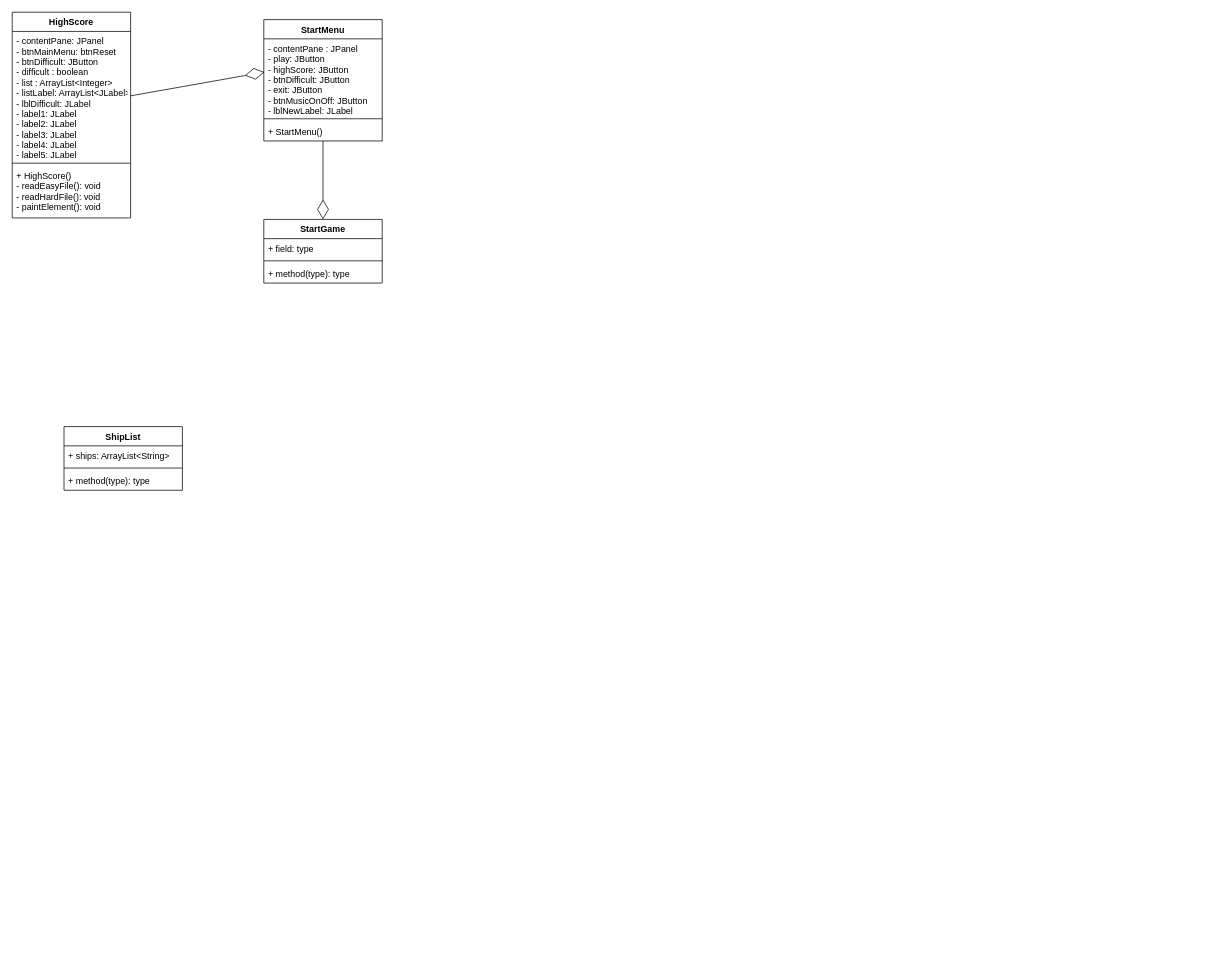
This is Untitled Diagram.drawio from huytruengusi/Battleship-OOP, a draw.io file, before an edit. Source tidied: cells renumbered, new cells numbered last; positions are measured from the earlier drawing's top-left corner, leaving out a move shared by most shapes. Both pictures are drawn from the tidied source at 74%, with x=0, y=0 at pixel (12, 12).
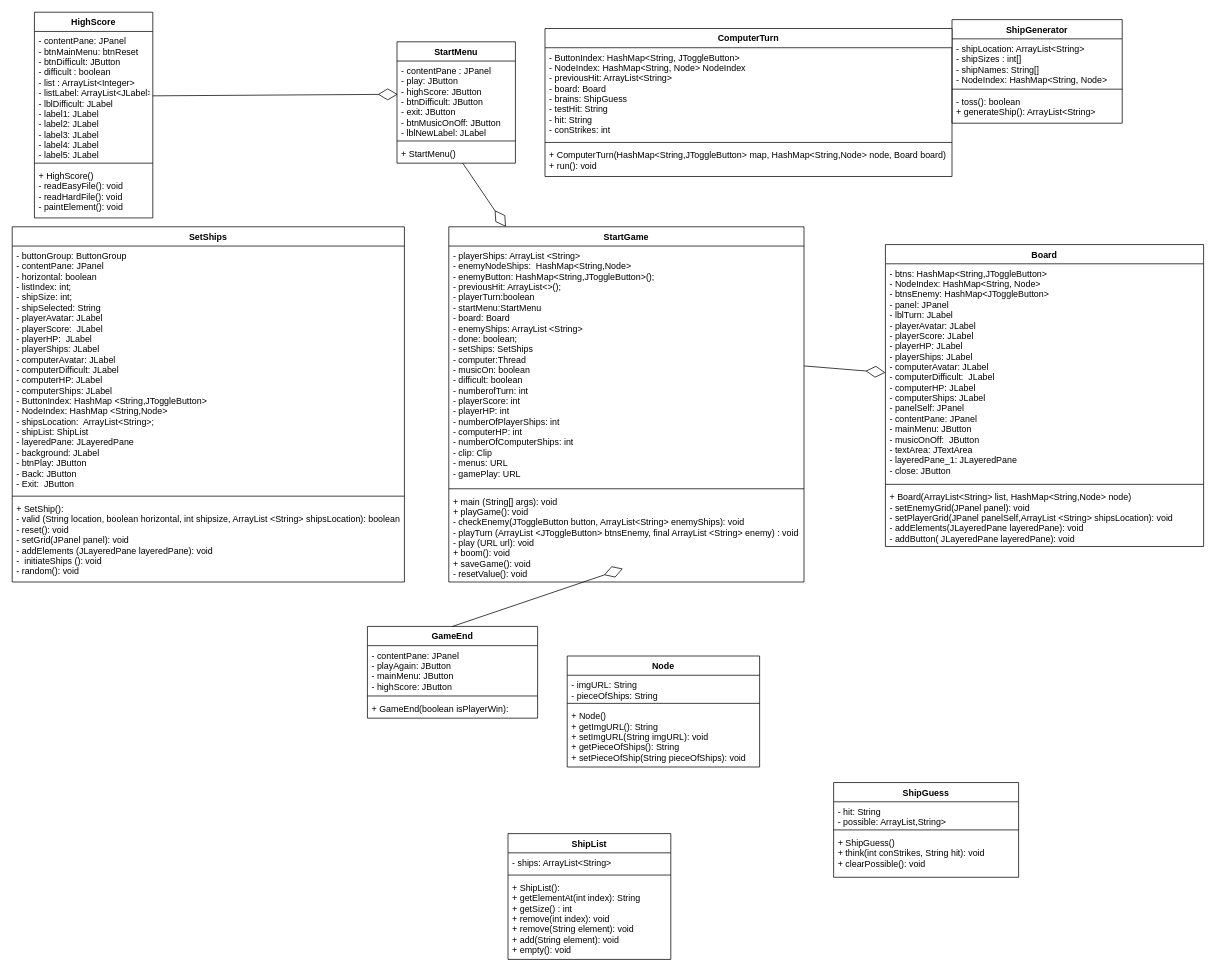
The same page after the edit.

The edit, as a diff of the source:
```diff
@@
     <mxCell id="2" value="StartGame" style="swimlane;fontStyle=1;align=center;verticalAlign=top;horizontal=1;startSize=26;" parent="1" vertex="1">
-      <mxGeometry x="340" y="280" width="160" height="86" as="geometry" />
+      <mxGeometry x="590" y="290" width="480" height="480" as="geometry" />
     </mxCell>
-    <mxCell id="3" value="+ field: type" style="text;strokeColor=none;fillColor=none;align=left;verticalAlign=top;spacingLeft=4;spacingRight=4;overflow=hidden;points=[[0,0.5],[1,0.5]];portConstraint=eastwest;" parent="2" vertex="1">
-      <mxGeometry y="26" width="160" height="26" as="geometry" />
+    <mxCell id="3" value="- playerShips: ArrayList &lt;String&gt;&#10;- enemyNodeShips:  HashMap&lt;String,Node&gt;&#10;- enemyButton: HashMap&lt;String,JToggleButton&gt;();&#10;- previousHit: ArrayList&lt;&gt;();&#10;- playerTurn:boolean&#10;- startMenu:StartMenu&#10;- board: Board&#10;- enemyShips: ArrayList &lt;String&gt;&#10;- done: boolean;&#10;- setShips: SetShips&#10;- computer:Thread&#10;- musicOn: boolean&#10;- difficult: boolean&#10;- numberofTurn: int&#10;- playerScore: int&#10;- playerHP: int&#10;- numberOfPlayerShips: int&#10;- computerHP: int&#10;- numberOfComputerShips: int&#10;- clip: Clip&#10;- menus: URL&#10;- gamePlay: URL" style="text;strokeColor=none;fillColor=none;align=left;verticalAlign=top;spacingLeft=4;spacingRight=4;overflow=hidden;points=[[0,0.5],[1,0.5]];portConstraint=eastwest;" parent="2" vertex="1">
+      <mxGeometry y="26" width="480" height="324" as="geometry" />
     </mxCell>
     <mxCell id="4" style="line;strokeWidth=1;fillColor=none;align=left;verticalAlign=middle;spacingTop=-1;spacingLeft=3;spacingRight=3;labelPosition=right;" parent="2" vertex="1">
-      <mxGeometry y="52" width="160" height="8" as="geometry" />
+      <mxGeometry y="350" width="480" height="8" as="geometry" />
     </mxCell>
-    <mxCell id="5" value="+ method(type): type" style="text;strokeColor=none;fillColor=none;align=left;verticalAlign=top;spacingLeft=4;spacingRight=4;overflow=hidden;points=[[0,0.5],[1,0.5]];portConstraint=eastwest;" parent="2" vertex="1">
-      <mxGeometry y="60" width="160" height="26" as="geometry" />
+    <mxCell id="5" value="+ main (String[] args): void&#10;+ playGame(): void&#10;- checkEnemy(JToggleButton button, ArrayList&lt;String&gt; enemyShips): void&#10;- playTurn (ArrayList &lt;JToggleButton&gt; btnsEnemy, final ArrayList &lt;String&gt; enemy) : void&#10;- play (URL url): void&#10;+ boom(): void&#10;+ saveGame(): void&#10;- resetValue(): void&#10;" style="text;strokeColor=none;fillColor=none;align=left;verticalAlign=top;spacingLeft=4;spacingRight=4;overflow=hidden;points=[[0,0.5],[1,0.5]];portConstraint=eastwest;" parent="2" vertex="1">
+      <mxGeometry y="358" width="480" height="122" as="geometry" />
     </mxCell>
     <mxCell id="6" value="StartMenu" style="swimlane;fontStyle=1;align=center;verticalAlign=top;horizontal=1;startSize=26;" parent="1" vertex="1">
-      <mxGeometry x="340" y="10" width="160" height="164" as="geometry" />
+      <mxGeometry x="520" y="40" width="160" height="164" as="geometry" />
     </mxCell>
@@
     <mxCell id="12" value="HighScore" style="swimlane;fontStyle=1;align=center;verticalAlign=top;horizontal=1;startSize=26;" parent="1" vertex="1">
-      <mxGeometry width="160" height="278" as="geometry" />
+      <mxGeometry x="30" width="160" height="278" as="geometry" />
     </mxCell>
@@
     <mxCell id="16" value="ShipList" style="swimlane;fontStyle=1;align=center;verticalAlign=top;horizontal=1;startSize=26;" parent="1" vertex="1">
-      <mxGeometry x="70" y="560" width="160" height="86" as="geometry" />
+      <mxGeometry x="670" y="1110" width="220" height="170" as="geometry" />
     </mxCell>
-    <mxCell id="17" value="+ ships: ArrayList&lt;String&gt;" style="text;strokeColor=none;fillColor=none;align=left;verticalAlign=top;spacingLeft=4;spacingRight=4;overflow=hidden;" parent="16" vertex="1">
-      <mxGeometry y="26" width="160" height="26" as="geometry" />
+    <mxCell id="17" value="- ships: ArrayList&lt;String&gt;" style="text;strokeColor=none;fillColor=none;align=left;verticalAlign=top;spacingLeft=4;spacingRight=4;overflow=hidden;" parent="16" vertex="1">
+      <mxGeometry y="26" width="220" height="26" as="geometry" />
     </mxCell>
     <mxCell id="18" style="line;strokeWidth=1;fillColor=none;align=left;verticalAlign=middle;spacingTop=-1;spacingLeft=3;spacingRight=3;labelPosition=right;" parent="16" vertex="1">
-      <mxGeometry y="52" width="160" height="8" as="geometry" />
+      <mxGeometry y="52" width="220" height="8" as="geometry" />
     </mxCell>
-    <mxCell id="19" value="+ method(type): type" style="text;strokeColor=none;fillColor=none;align=left;verticalAlign=top;spacingLeft=4;spacingRight=4;overflow=hidden;" parent="16" vertex="1">
-      <mxGeometry y="60" width="160" height="26" as="geometry" />
+    <mxCell id="19" value="+ ShipList():&#10;+ getElementAt(int index): String&#10;+ getSize() : int&#10;+ remove(int index): void&#10;+ remove(String element): void&#10;+ add(String element): void&#10;+ empty(): void" style="text;strokeColor=none;fillColor=none;align=left;verticalAlign=top;spacingLeft=4;spacingRight=4;overflow=hidden;" parent="16" vertex="1">
+      <mxGeometry y="60" width="220" height="110" as="geometry" />
     </mxCell>
+    <mxCell id="20" value="ShipGuess" style="swimlane;fontStyle=1;align=center;verticalAlign=top;horizontal=1;startSize=26;" parent="1" vertex="1">
+      <mxGeometry x="1110" y="1041" width="250" height="128" as="geometry" />
+    </mxCell>
+    <mxCell id="21" value="- hit: String&#10;- possible: ArrayList,String&gt; " style="text;strokeColor=none;fillColor=none;align=left;verticalAlign=top;spacingLeft=4;spacingRight=4;overflow=hidden;" parent="20" vertex="1">
+      <mxGeometry y="26" width="250" height="34" as="geometry" />
+    </mxCell>
+    <mxCell id="22" style="line;strokeWidth=1;fillColor=none;align=left;verticalAlign=middle;spacingTop=-1;spacingLeft=3;spacingRight=3;labelPosition=right;" parent="20" vertex="1">
+      <mxGeometry y="60" width="250" height="8" as="geometry" />
+    </mxCell>
+    <mxCell id="23" value="+ ShipGuess()&#10;+ think(int conStrikes, String hit): void&#10;+ clearPossible(): void" style="text;strokeColor=none;fillColor=none;align=left;verticalAlign=top;spacingLeft=4;spacingRight=4;overflow=hidden;" parent="20" vertex="1">
+      <mxGeometry y="68" width="250" height="60" as="geometry" />
+    </mxCell>
+    <mxCell id="24" value="ShipGenerator" style="swimlane;fontStyle=1;align=center;verticalAlign=top;horizontal=1;startSize=26;" parent="1" vertex="1">
+      <mxGeometry x="1270" y="10" width="230" height="140" as="geometry" />
+    </mxCell>
+    <mxCell id="25" value="- shipLocation: ArrayList&lt;String&gt;&#10;- shipSizes : int[]&#10;- shipNames: String[]&#10;- NodeIndex: HashMap&lt;String, Node&gt;" style="text;strokeColor=none;fillColor=none;align=left;verticalAlign=top;spacingLeft=4;spacingRight=4;overflow=hidden;" parent="24" vertex="1">
+      <mxGeometry y="26" width="230" height="64" as="geometry" />
+    </mxCell>
+    <mxCell id="26" style="line;strokeWidth=1;fillColor=none;align=left;verticalAlign=middle;spacingTop=-1;spacingLeft=3;spacingRight=3;labelPosition=right;" parent="24" vertex="1">
+      <mxGeometry y="90" width="230" height="8" as="geometry" />
+    </mxCell>
+    <mxCell id="27" value="- toss(): boolean&#10;+ generateShip(): ArrayList&lt;String&gt;" style="text;strokeColor=none;fillColor=none;align=left;verticalAlign=top;spacingLeft=4;spacingRight=4;overflow=hidden;" parent="24" vertex="1">
+      <mxGeometry y="98" width="230" height="42" as="geometry" />
+    </mxCell>
+    <mxCell id="28" value="Node" style="swimlane;fontStyle=1;align=center;verticalAlign=top;horizontal=1;startSize=26;" parent="1" vertex="1">
+      <mxGeometry x="750" y="870" width="260" height="150" as="geometry" />
+    </mxCell>
+    <mxCell id="29" value="- imgURL: String&#10;- pieceOfShips: String" style="text;strokeColor=none;fillColor=none;align=left;verticalAlign=top;spacingLeft=4;spacingRight=4;overflow=hidden;" parent="28" vertex="1">
+      <mxGeometry y="26" width="260" height="34" as="geometry" />
+    </mxCell>
+    <mxCell id="30" style="line;strokeWidth=1;fillColor=none;align=left;verticalAlign=middle;spacingTop=-1;spacingLeft=3;spacingRight=3;labelPosition=right;" parent="28" vertex="1">
+      <mxGeometry y="60" width="260" height="8" as="geometry" />
+    </mxCell>
+    <mxCell id="31" value="+ Node()&#10;+ getImgURL(): String&#10;+ setImgURL(String imgURL): void&#10;+ getPieceOfShips(): String&#10;+ setPieceOfShip(String pieceOfShips): void" style="text;strokeColor=none;fillColor=none;align=left;verticalAlign=top;spacingLeft=4;spacingRight=4;overflow=hidden;" parent="28" vertex="1">
+      <mxGeometry y="68" width="260" height="82" as="geometry" />
+    </mxCell>
+    <mxCell id="32" value="GameEnd" style="swimlane;fontStyle=1;align=center;verticalAlign=top;horizontal=1;startSize=26;" parent="1" vertex="1">
+      <mxGeometry x="480" y="830" width="230" height="124" as="geometry" />
+    </mxCell>
+    <mxCell id="33" value="- contentPane: JPanel&#10;- playAgain: JButton&#10;- mainMenu: JButton&#10;- highScore: JButton" style="text;strokeColor=none;fillColor=none;align=left;verticalAlign=top;spacingLeft=4;spacingRight=4;overflow=hidden;" parent="32" vertex="1">
+      <mxGeometry y="26" width="230" height="64" as="geometry" />
+    </mxCell>
+    <mxCell id="34" style="line;strokeWidth=1;fillColor=none;align=left;verticalAlign=middle;spacingTop=-1;spacingLeft=3;spacingRight=3;labelPosition=right;" parent="32" vertex="1">
+      <mxGeometry y="90" width="230" height="8" as="geometry" />
+    </mxCell>
+    <mxCell id="35" value="+ GameEnd(boolean isPlayerWin):&#10;" style="text;strokeColor=none;fillColor=none;align=left;verticalAlign=top;spacingLeft=4;spacingRight=4;overflow=hidden;" parent="32" vertex="1">
+      <mxGeometry y="98" width="230" height="26" as="geometry" />
+    </mxCell>
+    <mxCell id="36" value="ComputerTurn" style="swimlane;fontStyle=1;align=center;verticalAlign=top;horizontal=1;startSize=26;" parent="1" vertex="1">
+      <mxGeometry x="720" y="22" width="550" height="200" as="geometry" />
+    </mxCell>
+    <mxCell id="37" value="- ButtonIndex: HashMap&lt;String, JToggleButton&gt;&#10;- NodeIndex: HashMap&lt;String, Node&gt; NodeIndex&#10;- previousHit: ArrayList&lt;String&gt;&#10;- board: Board&#10;- brains: ShipGuess&#10;- testHit: String&#10;- hit: String&#10;- conStrikes: int" style="text;strokeColor=none;fillColor=none;align=left;verticalAlign=top;spacingLeft=4;spacingRight=4;overflow=hidden;" parent="36" vertex="1">
+      <mxGeometry y="26" width="550" height="124" as="geometry" />
+    </mxCell>
+    <mxCell id="38" style="line;strokeWidth=1;fillColor=none;align=left;verticalAlign=middle;spacingTop=-1;spacingLeft=3;spacingRight=3;labelPosition=right;" parent="36" vertex="1">
+      <mxGeometry y="150" width="550" height="8" as="geometry" />
+    </mxCell>
+    <mxCell id="39" value="+ ComputerTurn(HashMap&lt;String,JToggleButton&gt; map, HashMap&lt;String,Node&gt; node, Board board)&#10;+ run(): void&#10;" style="text;strokeColor=none;fillColor=none;align=left;verticalAlign=top;spacingLeft=4;spacingRight=4;overflow=hidden;" parent="36" vertex="1">
+      <mxGeometry y="158" width="550" height="42" as="geometry" />
+    </mxCell>
+    <mxCell id="40" value="Board" style="swimlane;fontStyle=1;align=center;verticalAlign=top;horizontal=1;startSize=26;" parent="1" vertex="1">
+      <mxGeometry x="1180" y="314" width="430" height="408" as="geometry" />
+    </mxCell>
+    <mxCell id="41" value="- btns: HashMap&lt;String,JToggleButton&gt;&#10;- NodeIndex: HashMap&lt;String, Node&gt;&#10;- btnsEnemy: HashMap&lt;JToggleButton&gt;&#10;- panel: JPanel&#10;- lblTurn: JLabel&#10;- playerAvatar: JLabel&#10;- playerScore: JLabel&#10;- playerHP: JLabel&#10;- playerShips: JLabel&#10;- computerAvatar: JLabel&#10;- computerDifficult:  JLabel&#10;- computerHP: JLabel&#10;- computerShips: JLabel&#10;- panelSelf: JPanel&#10;- contentPane: JPanel&#10;- mainMenu: JButton&#10;- musicOnOff:  JButton&#10;- textArea: JTextArea&#10;- layeredPane_1: JLayeredPane&#10;- close: JButton&#10;" style="text;strokeColor=none;fillColor=none;align=left;verticalAlign=top;spacingLeft=4;spacingRight=4;overflow=hidden;points=[[0,0.5],[1,0.5]];portConstraint=eastwest;" parent="40" vertex="1">
+      <mxGeometry y="26" width="430" height="294" as="geometry" />
+    </mxCell>
+    <mxCell id="42" style="line;strokeWidth=1;fillColor=none;align=left;verticalAlign=middle;spacingTop=-1;spacingLeft=3;spacingRight=3;labelPosition=right;" parent="40" vertex="1">
+      <mxGeometry y="320" width="430" height="8" as="geometry" />
+    </mxCell>
+    <mxCell id="43" value="+ Board(ArrayList&lt;String&gt; list, HashMap&lt;String,Node&gt; node)&#10;- setEnemyGrid(JPanel panel): void&#10;- setPlayerGrid(JPanel panelSelf,ArrayList &lt;String&gt; shipsLocation): void&#10;- addElements(JLayeredPane layeredPane): void&#10;- addButton( JLayeredPane layeredPane): void" style="text;strokeColor=none;fillColor=none;align=left;verticalAlign=top;spacingLeft=4;spacingRight=4;overflow=hidden;" parent="40" vertex="1">
+      <mxGeometry y="328" width="430" height="80" as="geometry" />
+    </mxCell>
+    <mxCell id="44" style="endArrow=diamondThin;endFill=0;endSize=24;html=1;rounded=0;entryX=0;entryY=0.5;entryDx=0;entryDy=0;exitX=1;exitY=0.5;exitDx=0;exitDy=0;" parent="1" edge="1" source="3" target="41">
+      <mxGeometry relative="1" as="geometry" />
+    </mxCell>
+    <mxCell id="45" style="endArrow=diamondThin;endFill=0;endSize=24;html=1;rounded=0;exitX=0.5;exitY=0;exitDx=0;exitDy=0;entryX=0.49;entryY=0.852;entryDx=0;entryDy=0;entryPerimeter=0;" parent="1" edge="1" source="32" target="5">
+      <mxGeometry relative="1" as="geometry" />
+    </mxCell>
+    <mxCell id="46" value="SetShips" style="swimlane;fontStyle=1;align=center;verticalAlign=top;horizontal=1;startSize=26;" parent="1" vertex="1">
+      <mxGeometry y="290" width="530" height="480" as="geometry" />
+    </mxCell>
+    <mxCell id="47" value="- buttonGroup: ButtonGroup&#10;- contentPane: JPanel&#10;- horizontal: boolean&#10;- listIndex: int;&#10;- shipSize: int;&#10;- shipSelected: String&#10;- playerAvatar: JLabel&#10;- playerScore:  JLabel&#10;- playerHP:  JLabel&#10;- playerShips: JLabel&#10;- computerAvatar: JLabel&#10;- computerDifficult: JLabel&#10;- computerHP: JLabel&#10;- computerShips: JLabel&#10;- ButtonIndex: HashMap &lt;String,JToggleButton&gt;&#10;- NodeIndex: HashMap &lt;String,Node&gt; &#10;- shipsLocation:  ArrayList&lt;String&gt;;&#10;- shipList: ShipList &#10;- layeredPane: JLayeredPane&#10;- background: JLabel&#10;- btnPlay: JButton&#10;- Back: JButton&#10;- Exit:  JButton" style="text;strokeColor=none;fillColor=none;align=left;verticalAlign=top;spacingLeft=4;spacingRight=4;overflow=hidden;" parent="46" vertex="1">
+      <mxGeometry y="26" width="530" height="334" as="geometry" />
+    </mxCell>
+    <mxCell id="48" style="line;strokeWidth=1;fillColor=none;align=left;verticalAlign=middle;spacingTop=-1;spacingLeft=3;spacingRight=3;labelPosition=right;" parent="46" vertex="1">
+      <mxGeometry y="360" width="530" height="8" as="geometry" />
+    </mxCell>
+    <mxCell id="49" value="+ SetShip():&#10;- valid (String location, boolean horizontal, int shipsize, ArrayList &lt;String&gt; shipsLocation): boolean&#10;- reset(): void&#10;- setGrid(JPanel panel): void&#10;- addElements (JLayeredPane layeredPane): void&#10;-  initiateShips (): void&#10;- random(): void" style="text;strokeColor=none;fillColor=none;align=left;verticalAlign=top;spacingLeft=4;spacingRight=4;overflow=hidden;" parent="46" vertex="1">
+      <mxGeometry y="368" width="530" height="112" as="geometry" />
+    </mxCell>
```
